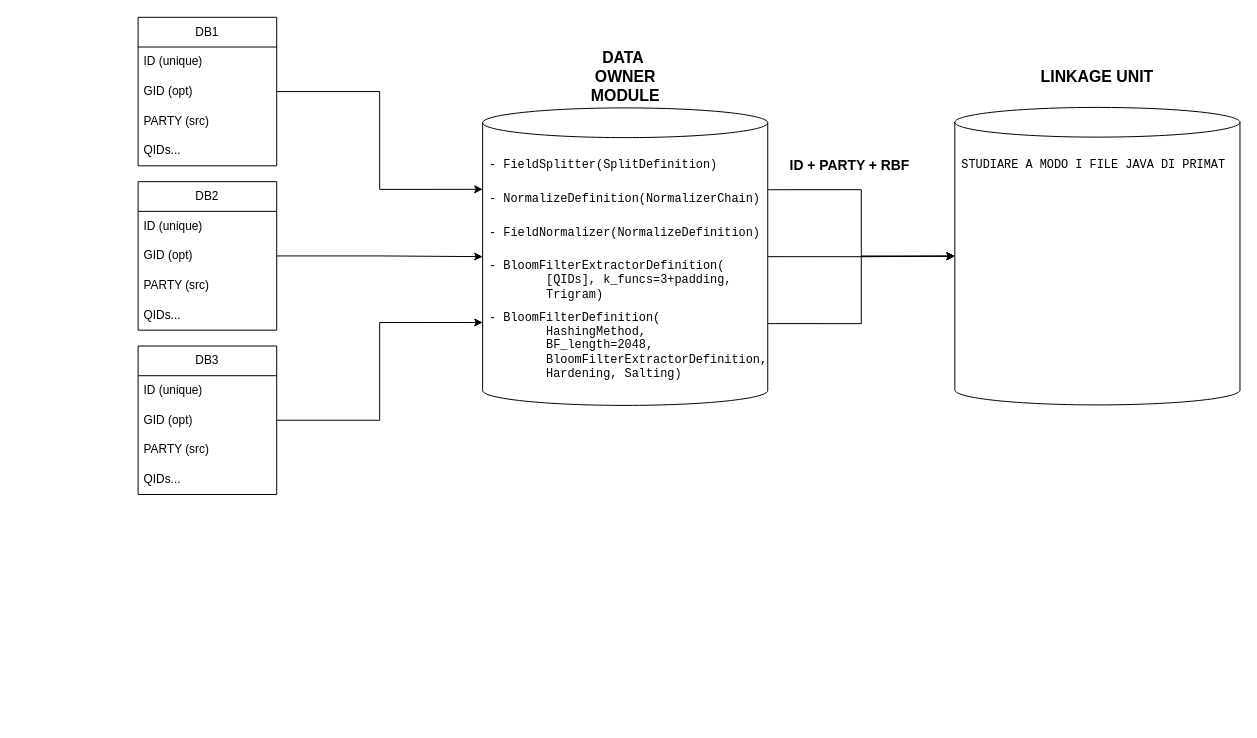
Earlier version of the draw.io diagram Diagrams/PRIMAT_workflow.drawio (giove29/DataRiver-PPRL). Source tidied: cells renumbered, new cells numbered last; positions are measured from the earlier drawing's top-left corner, leaving out a move shared by most shapes. Both pictures are drawn from the tidied source at 99%, with x=0, y=0 at pixel (138, 17).
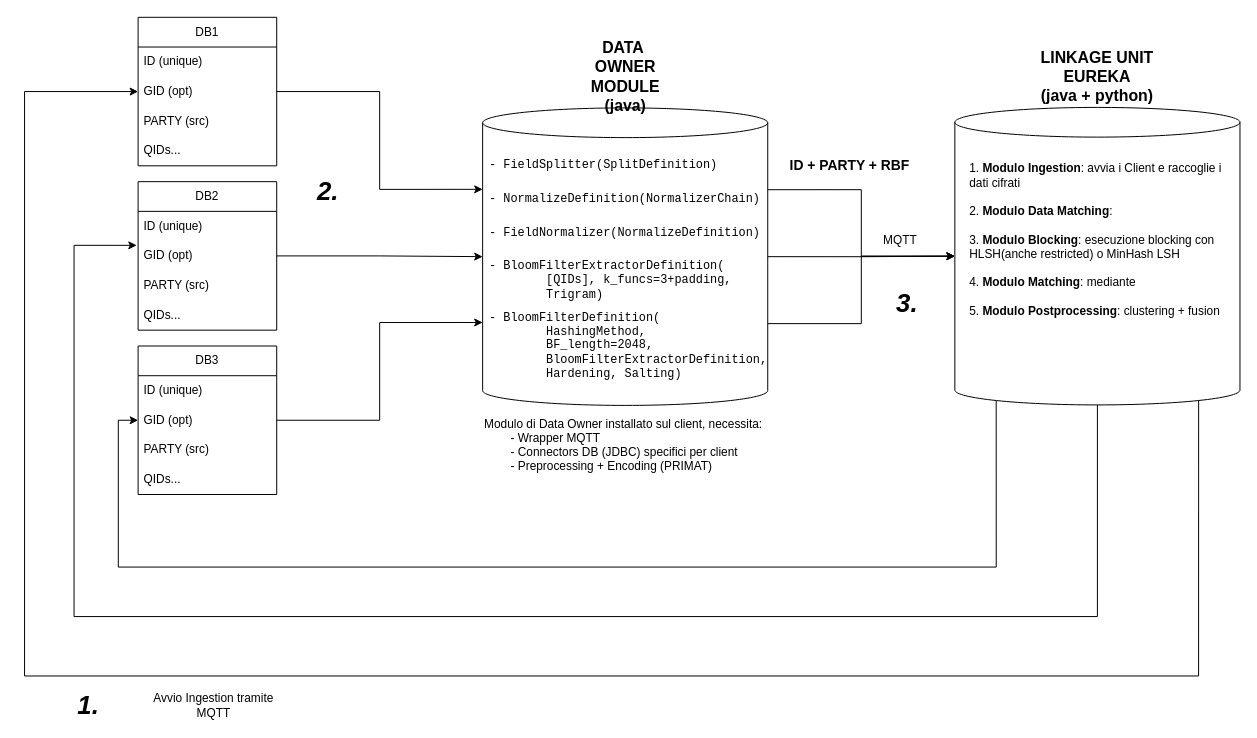
Above is the later version.

Unchanged cells that the change refers to:
```xml
<mxCell id="2" value="DB1" style="swimlane;fontStyle=0;horizontal=1;startSize=30;whiteSpace=wrap;html=1;" parent="1" vertex="1">
  <mxGeometry width="140" height="150" as="geometry" />
</mxCell>
<mxCell id="9" value="GID (opt)" style="text;strokeColor=none;fillColor=none;align=left;verticalAlign=middle;spacingLeft=4;spacingRight=4;overflow=hidden;points=[[0,0.5],[1,0.5]];portConstraint=eastwest;whiteSpace=wrap;html=1;" parent="7" vertex="1">
  <mxGeometry y="60" width="140" height="30" as="geometry" />
</mxCell>
<mxCell id="14" value="GID (opt)" style="text;strokeColor=none;fillColor=none;align=left;verticalAlign=middle;spacingLeft=4;spacingRight=4;overflow=hidden;points=[[0,0.5],[1,0.5]];portConstraint=eastwest;whiteSpace=wrap;html=1;" parent="12" vertex="1">
  <mxGeometry y="60" width="140" height="30" as="geometry" />
</mxCell>
<mxCell id="28" style="shape=cylinder3;whiteSpace=wrap;html=1;boundedLbl=1;backgroundOutline=1;size=15;" parent="1" vertex="1">
  <mxGeometry x="825" y="91" width="288" height="300.5" as="geometry" />
</mxCell>
```

The edit, as a diff of the source:
```diff
@@
-    <mxCell id="21" value="DATA&amp;nbsp; OWNER MODULE" style="text;html=1;whiteSpace=wrap;strokeColor=none;fillColor=none;align=center;verticalAlign=middle;rounded=0;fontSize=16;fontStyle=1;" parent="1" vertex="1">
+    <mxCell id="21" value="DATA&amp;nbsp; OWNER MODULE (java)" style="text;html=1;whiteSpace=wrap;strokeColor=none;fillColor=none;align=center;verticalAlign=middle;rounded=0;fontSize=16;fontStyle=1;" parent="1" vertex="1">
       <mxGeometry x="435.5" y="45" width="113" height="30" as="geometry" />
     </mxCell>
@@
+    <mxCell id="34" style="edgeStyle=orthogonalEdgeStyle;rounded=0;jettySize=auto;html=1;exitX=0.145;exitY=1;exitDx=0;exitDy=-4.35;exitPerimeter=0;entryX=0;entryY=0.5;entryDx=0;entryDy=0;" parent="1" edge="1" source="28" target="14">
+      <mxGeometry relative="1" as="geometry">
+        <Array as="points">
+          <mxPoint x="866.8" y="555.3" />
+          <mxPoint x="-20" y="555.3" />
+          <mxPoint x="-20" y="407" />
+        </Array>
+      </mxGeometry>
+    </mxCell>
+    <mxCell id="35" style="edgeStyle=orthogonalEdgeStyle;rounded=0;jettySize=auto;html=1;exitX=0.855;exitY=1;exitDx=0;exitDy=-4.35;exitPerimeter=0;entryX=0;entryY=0.5;entryDx=0;entryDy=0;" parent="1" edge="1" source="28" target="2">
+      <mxGeometry relative="1" as="geometry">
+        <Array as="points">
+          <mxPoint x="1071.2" y="665.3" />
+          <mxPoint x="-114.7" y="665.3" />
+          <mxPoint x="-114.7" y="75" />
+        </Array>
+      </mxGeometry>
+    </mxCell>
@@
-    <mxCell id="29" value="LINKAGE UNIT" style="text;html=1;whiteSpace=wrap;strokeColor=none;fillColor=none;align=center;verticalAlign=middle;rounded=0;fontSize=16;fontStyle=1;" parent="1" vertex="1">
+    <mxCell id="29" value="LINKAGE UNIT&lt;div&gt;EUREKA&lt;br&gt;&lt;div&gt;(java + python)&lt;/div&gt;&lt;/div&gt;" style="text;html=1;whiteSpace=wrap;strokeColor=none;fillColor=none;align=center;verticalAlign=middle;rounded=0;fontSize=16;fontStyle=1;" parent="1" vertex="1">
       <mxGeometry x="910.2" y="45" width="117.5" height="30" as="geometry" />
     </mxCell>
-    <mxCell id="30" value="&lt;div style=&quot;&quot;&gt;&lt;pre style=&quot;font-family:'JetBrains Mono',monospace;font-size:9,8pt;&quot;&gt;STUDIARE A MODO I FILE JAVA DI PRIMAT&lt;/pre&gt;&lt;/div&gt;" style="text;html=1;whiteSpace=wrap;strokeColor=none;fillColor=none;align=left;verticalAlign=middle;rounded=0;labelBackgroundColor=default;fontColor=light-dark(#000000,#FFFFFF);" parent="1" vertex="1">
-      <mxGeometry x="830" y="134.5" width="60" height="30" as="geometry" />
+    <mxCell id="30" value="1. &lt;b&gt;Modulo Ingestion&lt;/b&gt;: avvia i Client e raccoglie i dati cifrati&lt;div&gt;&lt;br&gt;&lt;/div&gt;&lt;div&gt;2. &lt;b&gt;Modulo Data Matching&lt;/b&gt;:&lt;/div&gt;&lt;div&gt;&lt;br&gt;&lt;/div&gt;&lt;div&gt;3. &lt;b&gt;Modulo Blocking&lt;/b&gt;: esecuzione blocking con HLSH(anche restricted) o MinHash LSH&lt;/div&gt;&lt;div&gt;&lt;br&gt;&lt;/div&gt;&lt;div&gt;4. &lt;b&gt;Modulo Matching&lt;/b&gt;: mediante&amp;nbsp;&lt;/div&gt;&lt;div&gt;&lt;br&gt;&lt;/div&gt;&lt;div&gt;5. &lt;b&gt;Modulo Postprocessing&lt;/b&gt;: clustering + fusion&lt;/div&gt;&lt;div&gt;&lt;br&gt;&lt;/div&gt;" style="text;html=1;whiteSpace=wrap;strokeColor=none;fillColor=none;align=left;verticalAlign=middle;rounded=0;labelBackgroundColor=default;fontColor=light-dark(#000000,#FFFFFF);" parent="1" vertex="1">
+      <mxGeometry x="837.5" y="217" width="263" height="30" as="geometry" />
     </mxCell>
@@
+    <mxCell id="36" value="Modulo di Data Owner installato sul client, necessita:&lt;div&gt;&lt;div&gt;&lt;span style=&quot;white-space: pre;&quot;&gt;&#9;&lt;/span&gt;- Wrapper MQTT&lt;/div&gt;&lt;div&gt;&lt;span style=&quot;white-space: pre;&quot;&gt;&#9;&lt;/span&gt;- Connectors DB (JDBC) specifici per client&lt;/div&gt;&lt;div&gt;&lt;span style=&quot;white-space: pre;&quot;&gt;&#9;&lt;/span&gt;- Preprocessing + Encoding (PRIMAT)&amp;nbsp;&lt;/div&gt;&lt;/div&gt;" style="text;html=1;whiteSpace=wrap;strokeColor=none;fillColor=none;align=left;verticalAlign=middle;rounded=0;" parent="1" vertex="1">
+      <mxGeometry x="348" y="417" width="288" height="30" as="geometry" />
+    </mxCell>
+    <mxCell id="37" value="MQTT" style="text;html=1;whiteSpace=wrap;strokeColor=none;fillColor=none;align=center;verticalAlign=middle;rounded=0;" parent="1" vertex="1">
+      <mxGeometry x="740" y="210" width="60" height="30" as="geometry" />
+    </mxCell>
+    <mxCell id="38" style="edgeStyle=orthogonalEdgeStyle;rounded=0;jettySize=auto;html=1;exitX=0.5;exitY=1;exitDx=0;exitDy=0;exitPerimeter=0;entryX=-0.01;entryY=0.144;entryDx=0;entryDy=0;entryPerimeter=0;" parent="1" edge="1" source="28" target="9">
+      <mxGeometry relative="1" as="geometry">
+        <Array as="points">
+          <mxPoint x="969" y="605.3" />
+          <mxPoint x="-64.7" y="605.3" />
+          <mxPoint x="-64.7" y="230.3" />
+        </Array>
+      </mxGeometry>
+    </mxCell>
+    <mxCell id="39" value="&lt;b&gt;&lt;i&gt;&lt;font style=&quot;font-size: 26px;&quot;&gt;1.&lt;/font&gt;&lt;/i&gt;&lt;/b&gt;" style="text;html=1;whiteSpace=wrap;strokeColor=none;fillColor=none;align=center;verticalAlign=middle;rounded=0;" parent="1" vertex="1">
+      <mxGeometry x="-80" y="680" width="60" height="30" as="geometry" />
+    </mxCell>
+    <mxCell id="40" value="Avvio Ingestion tramite MQTT" style="text;html=1;whiteSpace=wrap;strokeColor=none;fillColor=none;align=center;verticalAlign=middle;rounded=0;" parent="1" vertex="1">
+      <mxGeometry x="3" y="680" width="147" height="30" as="geometry" />
+    </mxCell>
+    <mxCell id="41" value="&lt;b&gt;&lt;i&gt;&lt;font style=&quot;font-size: 26px;&quot;&gt;2.&lt;/font&gt;&lt;/i&gt;&lt;/b&gt;" style="text;html=1;whiteSpace=wrap;strokeColor=none;fillColor=none;align=center;verticalAlign=middle;rounded=0;" parent="1" vertex="1">
+      <mxGeometry x="162" y="161" width="60" height="30" as="geometry" />
+    </mxCell>
+    <mxCell id="42" value="&lt;b&gt;&lt;i&gt;&lt;font style=&quot;font-size: 26px;&quot;&gt;3.&lt;/font&gt;&lt;/i&gt;&lt;/b&gt;" style="text;html=1;whiteSpace=wrap;strokeColor=none;fillColor=none;align=center;verticalAlign=middle;rounded=0;" parent="1" vertex="1">
+      <mxGeometry x="747" y="274" width="60" height="30" as="geometry" />
+    </mxCell>
```
